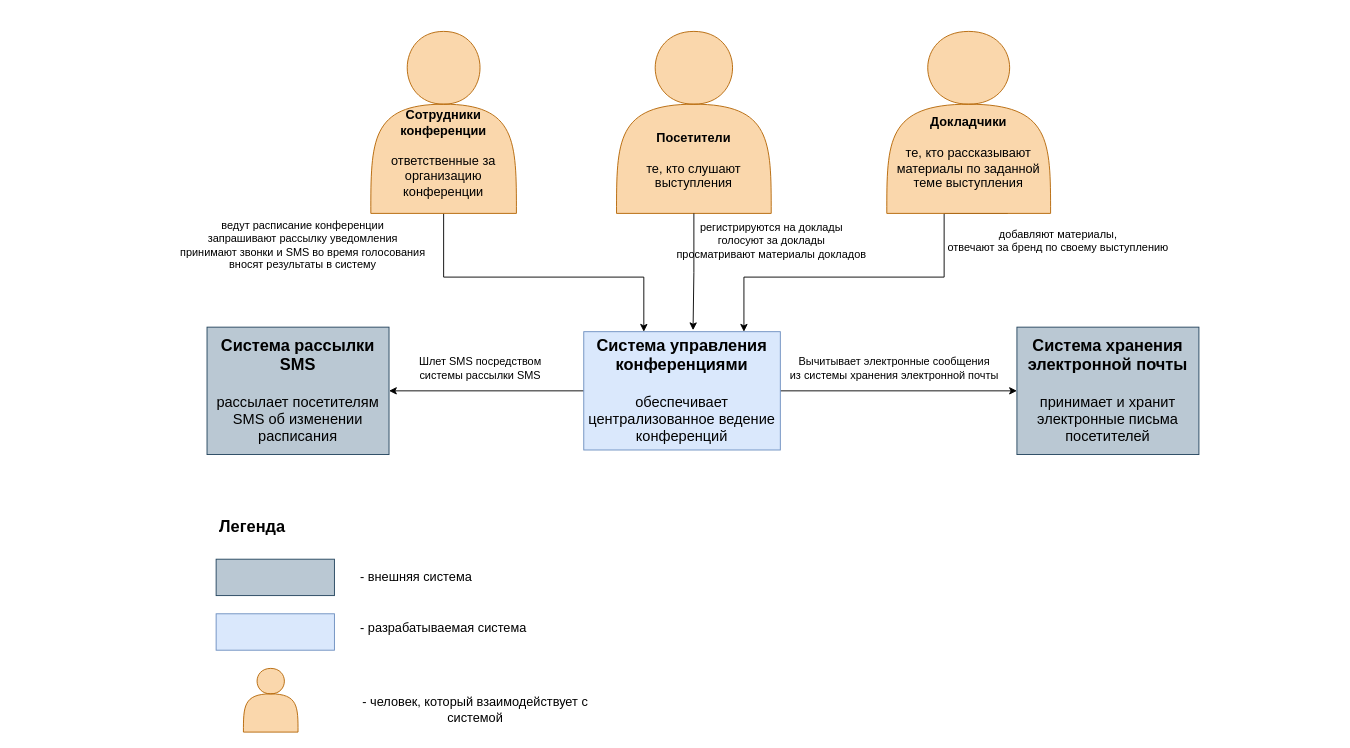
The draw.io diagram pictures/sources/Context.drawio in IrinaMarahtanova/architecture-cata, before the edit. Source tidied: cells renumbered, new cells numbered last; positions are measured from the earlier drawing's top-left corner, leaving out a move shared by most shapes. Both pictures are drawn from the tidied source at 91%, with x=0, y=0 at pixel (170, 31).
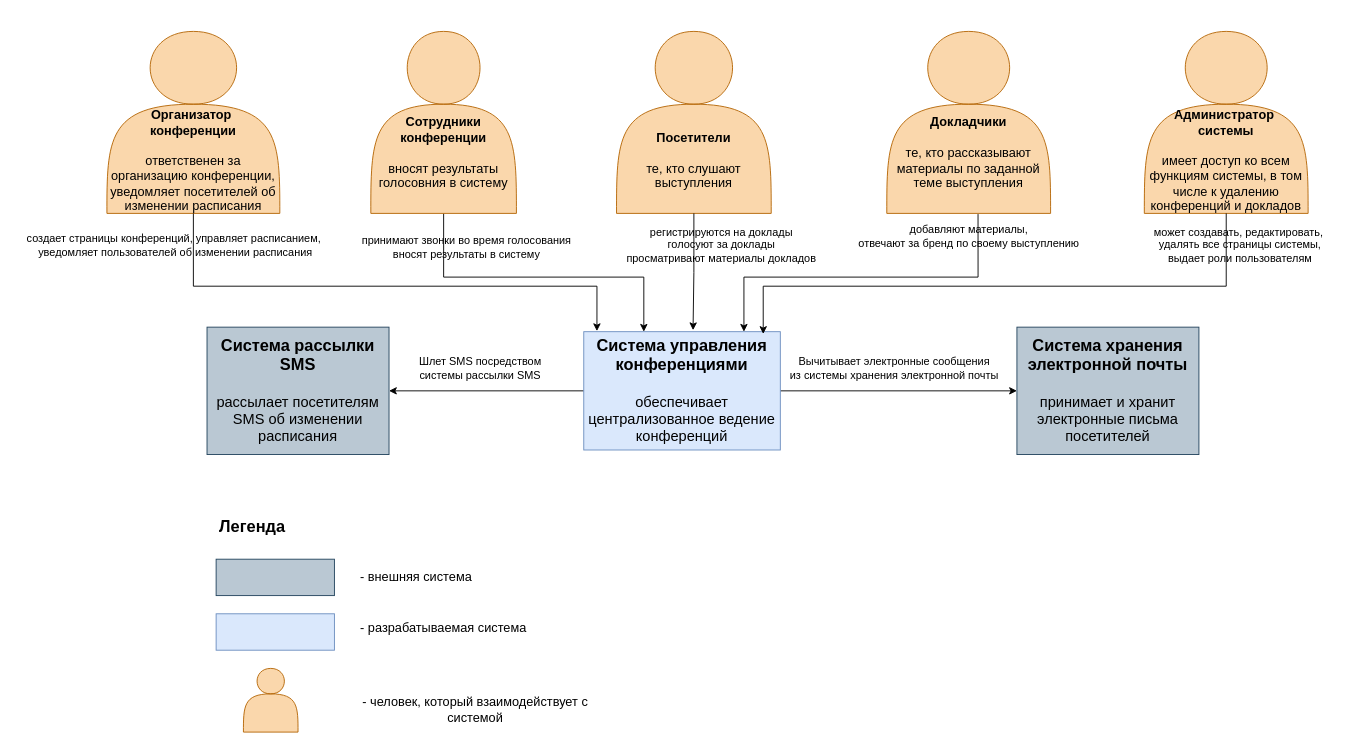
The same diagram, later.

Unchanged cells that the change refers to:
```xml
<mxCell id="4" value="&lt;font style=&quot;&quot;&gt;&lt;span style=&quot;font-weight: bold; font-size: 18px;&quot;&gt;Система управления конференциями&lt;/span&gt;&lt;br&gt;&lt;font style=&quot;&quot; size=&quot;3&quot;&gt;&lt;br&gt;обеспечивает централизованное ведение конференций&lt;/font&gt;&lt;br&gt;&lt;/font&gt;" style="rounded=0;whiteSpace=wrap;html=1;fillColor=#dae8fc;strokeColor=#6c8ebf;" parent="1" vertex="1">
  <mxGeometry x="454" y="330" width="216" height="130" as="geometry" />
</mxCell>
```

The edit, as a diff of the source:
```diff
@@
-    <mxCell id="6" value="&lt;font style=&quot;font-size: 14px;&quot;&gt;&lt;br&gt;&lt;br&gt;&lt;b&gt;&lt;br&gt;&lt;br&gt;Сотрудники конференции&lt;/b&gt;&lt;br&gt;&lt;br&gt;ответственные за организацию конференции&lt;br&gt;&lt;/font&gt;" style="shape=actor;whiteSpace=wrap;html=1;fillColor=#fad7ac;strokeColor=#b46504;" parent="1" vertex="1">
+    <mxCell id="6" value="&lt;font style=&quot;font-size: 14px;&quot;&gt;&lt;br&gt;&lt;br&gt;&lt;b&gt;&lt;br&gt;&lt;br&gt;Сотрудники конференции&lt;/b&gt;&lt;br&gt;&lt;br&gt;вносят результаты голосовния в систему&lt;br&gt;&lt;/font&gt;" style="shape=actor;whiteSpace=wrap;html=1;fillColor=#fad7ac;strokeColor=#b46504;" parent="1" vertex="1">
       <mxGeometry x="220" width="160" height="200" as="geometry" />
     </mxCell>
@@
-    <mxCell id="8" style="edgeStyle=orthogonalEdgeStyle;rounded=0;orthogonalLoop=1;jettySize=auto;html=1;" parent="1" edge="1">
+    <mxCell id="8" style="edgeStyle=orthogonalEdgeStyle;rounded=0;jettySize=auto;html=1;exitX=0.538;exitY=-0.106;exitDx=0;exitDy=0;exitPerimeter=0;" parent="1" edge="1" source="14">
       <mxGeometry relative="1" as="geometry">
-        <mxPoint x="920" y="200" as="sourcePoint" />
         <mxPoint x="630" y="330" as="targetPoint" />
         <Array as="points">
-          <mxPoint x="850" y="200" />
-          <mxPoint x="850" y="270" />
+          <mxPoint x="887" y="270" />
           <mxPoint x="630" y="270" />
         </Array>
       </mxGeometry>
     </mxCell>
@@
-    <mxCell id="14" value="&lt;font style=&quot;font-size: 12px;&quot;&gt;добавляют материалы,&lt;br style=&quot;border-color: var(--border-color);&quot;&gt;отвечают за бренд по своему выступлению&lt;/font&gt;" style="text;html=1;align=center;verticalAlign=middle;points=[];strokeColor=none;fillColor=none;" parent="1" vertex="1">
-      <mxGeometry x="840" y="210" width="270" height="40" as="geometry" />
-    </mxCell>
@@
     <mxCell id="16" value="регистрируются на доклады&lt;br&gt;голосуют за доклады&lt;br&gt;просматривают материалы докладов" style="text;html=1;align=center;verticalAlign=middle;strokeColor=none;fillColor=none;" parent="1" vertex="1">
-      <mxGeometry x="545" y="200" width="230" height="60" as="geometry" />
+      <mxGeometry x="490" y="205" width="230" height="60" as="geometry" />
     </mxCell>
-    <mxCell id="17" value="ведут расписание конференции&lt;br&gt;запрашивают рассылку уведомления&lt;br&gt;принимают звонки и SMS во время голосования &lt;br&gt;вносят результаты в систему" style="text;html=1;align=center;verticalAlign=middle;strokeColor=none;fillColor=none;" parent="1" vertex="1">
-      <mxGeometry y="200" width="290" height="70" as="geometry" />
+    <mxCell id="17" value="&lt;br&gt;принимают звонки во время голосования &lt;br&gt;вносят результаты в систему" style="text;html=1;align=center;verticalAlign=middle;strokeColor=none;fillColor=none;" parent="1" vertex="1">
+      <mxGeometry x="200" y="200" width="250" height="60" as="geometry" />
     </mxCell>
@@
+    <mxCell id="25" value="&lt;font style=&quot;font-size: 14px;&quot;&gt;&lt;br&gt;&lt;br&gt;&lt;br&gt;&lt;b&gt;&lt;br&gt;&lt;br&gt;Организатор&amp;nbsp;&lt;/b&gt;&lt;/font&gt;&lt;div&gt;&lt;font style=&quot;font-size: 14px;&quot;&gt;&lt;b&gt;конференции&lt;/b&gt;&lt;br&gt;&lt;br&gt;ответственен за организацию конференции, уведомляет посетителей об изменении расписания&lt;br&gt;&lt;/font&gt;&lt;/div&gt;" style="shape=actor;whiteSpace=wrap;html=1;fillColor=#fad7ac;strokeColor=#b46504;" parent="1" vertex="1">
+      <mxGeometry x="-70" width="190" height="200" as="geometry" />
+    </mxCell>
+    <mxCell id="14" value="&lt;font style=&quot;font-size: 12px;&quot;&gt;добавляют материалы,&lt;br style=&quot;border-color: var(--border-color);&quot;&gt;отвечают за бренд по своему выступлению&lt;/font&gt;" style="text;html=1;align=center;verticalAlign=middle;points=[];strokeColor=none;fillColor=none;" parent="1" vertex="1">
+      <mxGeometry x="742" y="205" width="270" height="40" as="geometry" />
+    </mxCell>
+    <mxCell id="26" style="edgeStyle=orthogonalEdgeStyle;rounded=0;jettySize=auto;html=1;exitX=0.5;exitY=1;exitDx=0;exitDy=0;entryX=0.067;entryY=-0.005;entryDx=0;entryDy=0;entryPerimeter=0;" parent="1" edge="1" source="25" target="4">
+      <mxGeometry relative="1" as="geometry">
+        <Array as="points">
+          <mxPoint x="25" y="280" />
+          <mxPoint x="468" y="280" />
+        </Array>
+      </mxGeometry>
+    </mxCell>
+    <mxCell id="27" value="создает страницы конференций, управляет расписанием,&amp;nbsp;&lt;div&gt;уведомляет пользователей об изменении расписания&lt;/div&gt;" style="text;html=1;align=center;verticalAlign=middle;strokeColor=none;fillColor=none;" parent="1" vertex="1">
+      <mxGeometry x="-170" y="215" width="350" height="40" as="geometry" />
+    </mxCell>
+    <mxCell id="28" value="&lt;font style=&quot;font-size: 14px;&quot;&gt;&lt;br&gt;&lt;br&gt;&lt;br&gt;&lt;br&gt;&lt;br&gt;&lt;br&gt;&lt;b&gt;Администратор&amp;nbsp;&lt;/b&gt;&lt;/font&gt;&lt;div&gt;&lt;font style=&quot;font-size: 14px;&quot;&gt;&lt;b&gt;системы&lt;/b&gt;&lt;br&gt;&lt;br&gt;имеет доступ ко всем функциям системы, в том числе к удалению конференций и докладов&lt;br&gt;&lt;br&gt;&lt;/font&gt;&lt;/div&gt;" style="shape=actor;whiteSpace=wrap;html=1;fillColor=#fad7ac;strokeColor=#b46504;" parent="1" vertex="1">
+      <mxGeometry x="1070" width="180" height="200" as="geometry" />
+    </mxCell>
+    <mxCell id="29" style="edgeStyle=orthogonalEdgeStyle;rounded=0;jettySize=auto;html=1;exitX=0.5;exitY=1;exitDx=0;exitDy=0;entryX=0.913;entryY=0.019;entryDx=0;entryDy=0;entryPerimeter=0;" parent="1" edge="1" source="28" target="4">
+      <mxGeometry relative="1" as="geometry">
+        <Array as="points">
+          <mxPoint x="1160" y="280" />
+          <mxPoint x="651" y="280" />
+        </Array>
+      </mxGeometry>
+    </mxCell>
+    <mxCell id="30" value="может создавать, редактировать,&amp;nbsp;&lt;div&gt;удалять все страницы системы,&lt;div&gt;выдает роли пользователям&lt;/div&gt;&lt;/div&gt;" style="text;html=1;align=center;verticalAlign=middle;strokeColor=none;fillColor=none;" parent="1" vertex="1">
+      <mxGeometry x="1070" y="205" width="210" height="60" as="geometry" />
+    </mxCell>
```
